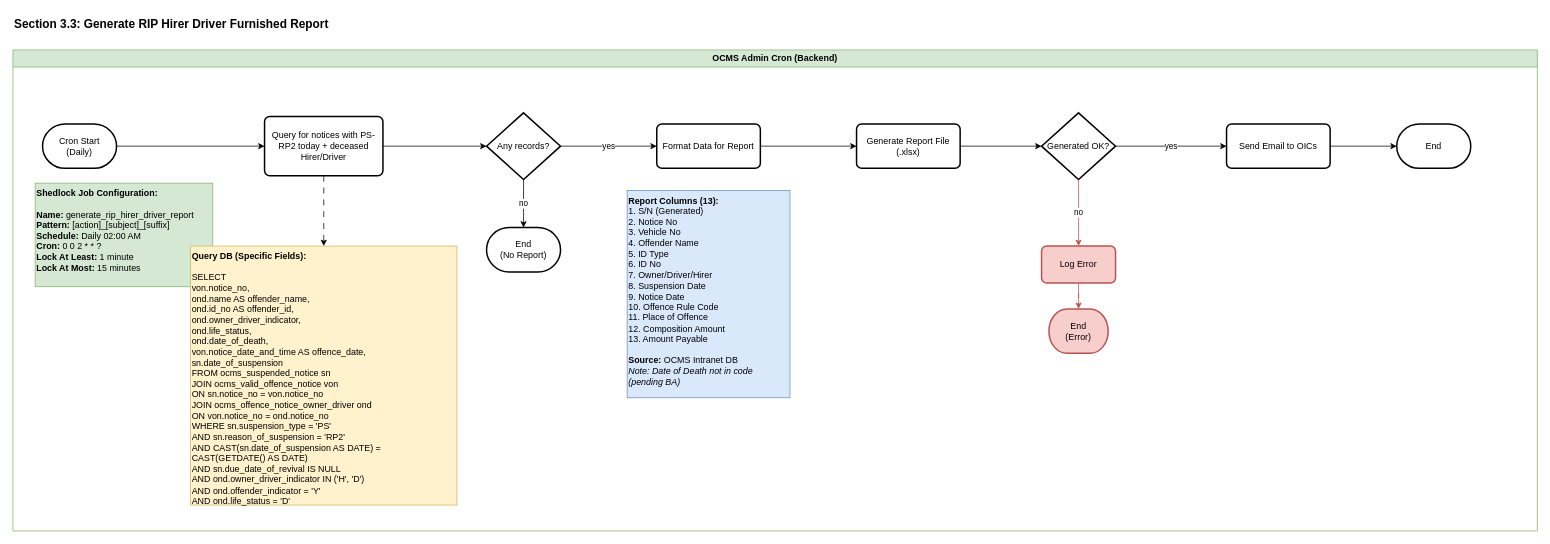
This is page "Section_3_RIP_Report" (3 of 4) of OCMS 14/Section 3/OCMS14-Technical_Flowchart_Section_3.drawio from rafifmgg/techdoc, a draw.io file, before an edit. Source tidied: cells renumbered, new cells numbered last; positions are measured from the earlier drawing's top-left corner, leaving out a move shared by most shapes. Both pictures are drawn from the tidied source at 74%, with x=0, y=0 at pixel (13, 13).
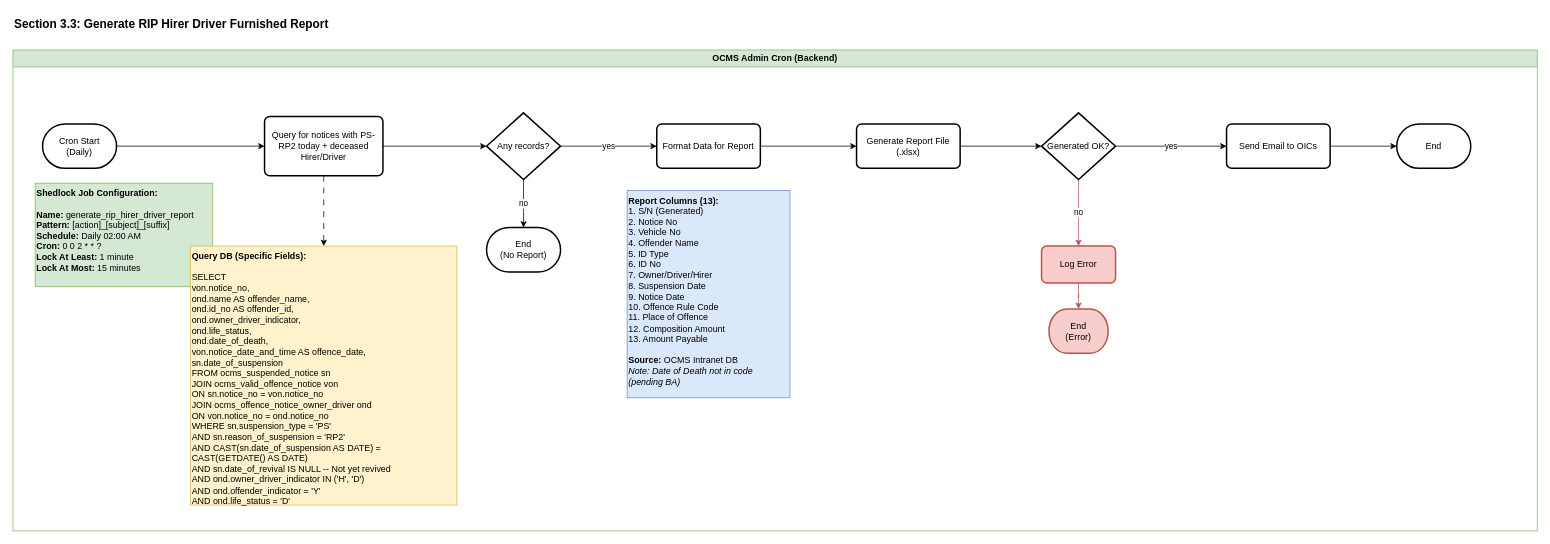
The same diagram, later.

Unchanged cells that the change refers to:
```xml
<mxCell id="3" value="OCMS Admin Cron (Backend)" style="swimlane;whiteSpace=wrap;html=1;fillColor=#d5e8d4;strokeColor=#82b366;" parent="1" vertex="1">
  <mxGeometry y="50" width="2060" height="650" as="geometry" />
</mxCell>
```

What changed in the source:
```diff
@@
-    <mxCell id="27" value="&lt;b&gt;Query DB (Specific Fields):&lt;/b&gt;&lt;br&gt;&lt;br&gt;SELECT&lt;br&gt;  von.notice_no,&lt;br&gt;  ond.name AS offender_name,&lt;br&gt;  ond.id_no AS offender_id,&lt;br&gt;  ond.owner_driver_indicator,&lt;br&gt;  ond.life_status,&lt;br&gt;  ond.date_of_death,&lt;br&gt;  von.notice_date_and_time AS offence_date,&lt;br&gt;  sn.date_of_suspension&lt;br&gt;FROM ocms_suspended_notice sn&lt;br&gt;JOIN ocms_valid_offence_notice von&lt;br&gt;  ON sn.notice_no = von.notice_no&lt;br&gt;JOIN ocms_offence_notice_owner_driver ond&lt;br&gt;  ON von.notice_no = ond.notice_no&lt;br&gt;WHERE sn.suspension_type = 'PS'&lt;br&gt;  AND sn.reason_of_suspension = 'RP2'&lt;br&gt;  AND CAST(sn.date_of_suspension AS DATE) = CAST(GETDATE() AS DATE)&lt;br&gt;  AND sn.due_date_of_revival IS NULL&lt;br&gt;  AND ond.owner_driver_indicator IN ('H', 'D')&lt;br&gt;  AND ond.offender_indicator = 'Y'&lt;br&gt;  AND ond.life_status = 'D'" style="text;html=1;whiteSpace=wrap;strokeColor=#d6b656;fillColor=#fff2cc;align=left;verticalAlign=top;rounded=0;" parent="3" vertex="1">
+    <mxCell id="27" value="&lt;b&gt;Query DB (Specific Fields):&lt;/b&gt;&lt;br&gt;&lt;br&gt;SELECT&lt;br&gt;  von.notice_no,&lt;br&gt;  ond.name AS offender_name,&lt;br&gt;  ond.id_no AS offender_id,&lt;br&gt;  ond.owner_driver_indicator,&lt;br&gt;  ond.life_status,&lt;br&gt;  ond.date_of_death,&lt;br&gt;  von.notice_date_and_time AS offence_date,&lt;br&gt;  sn.date_of_suspension&lt;br&gt;FROM ocms_suspended_notice sn&lt;br&gt;JOIN ocms_valid_offence_notice von&lt;br&gt;  ON sn.notice_no = von.notice_no&lt;br&gt;JOIN ocms_offence_notice_owner_driver ond&lt;br&gt;  ON von.notice_no = ond.notice_no&lt;br&gt;WHERE sn.suspension_type = 'PS'&lt;br&gt;  AND sn.reason_of_suspension = 'RP2'&lt;br&gt;  AND CAST(sn.date_of_suspension AS DATE) = CAST(GETDATE() AS DATE)&lt;br&gt;  AND sn.date_of_revival IS NULL  -- Not yet revived&lt;br&gt;  AND ond.owner_driver_indicator IN ('H', 'D')&lt;br&gt;  AND ond.offender_indicator = 'Y'&lt;br&gt;  AND ond.life_status = 'D'" style="text;html=1;whiteSpace=wrap;strokeColor=#d6b656;fillColor=#fff2cc;align=left;verticalAlign=top;rounded=0;" parent="3" vertex="1">
       <mxGeometry x="240" y="265" width="360" height="350" as="geometry" />
     </mxCell>
```
